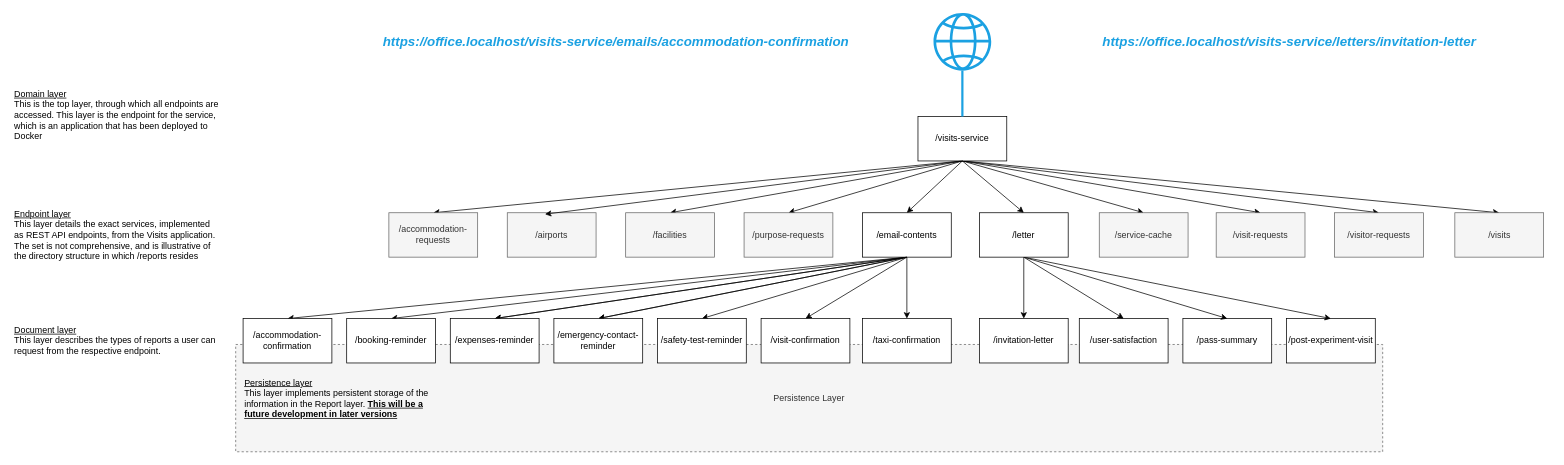
This is Service URL hierarchy.drawio from ambolt314/FinalProjectDesign, a draw.io file, before an edit. Source tidied: cells renumbered, new cells numbered last; positions are measured from the earlier drawing's top-left corner, leaving out a move shared by most shapes. Both pictures are drawn from the tidied source at 74%, with x=0, y=0 at pixel (13, 13).
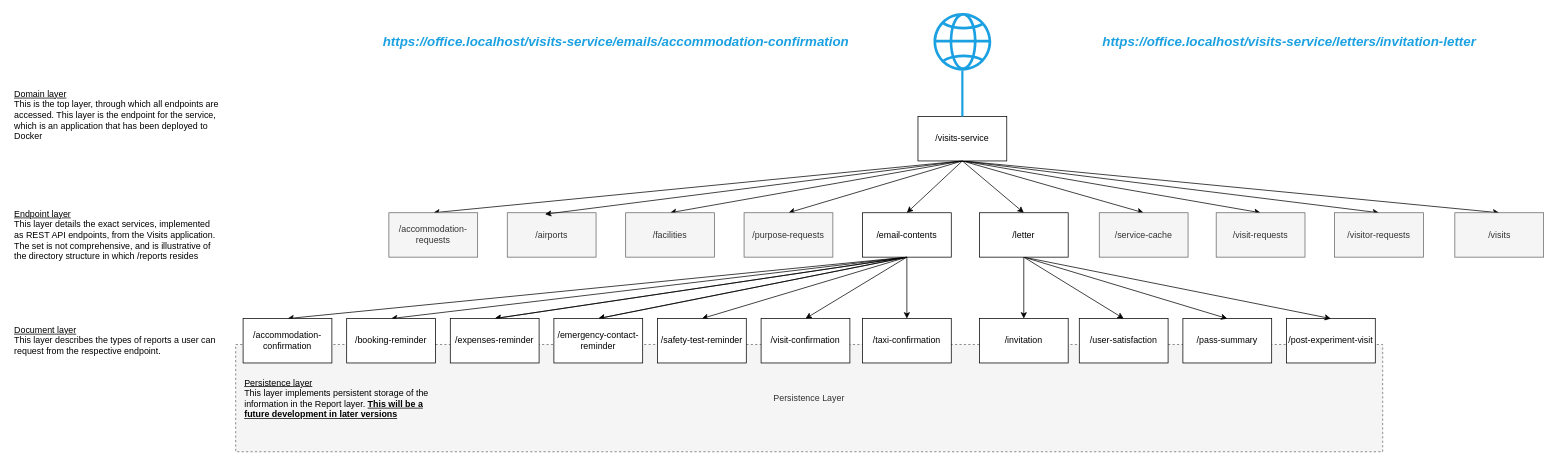
The same diagram, later.

What changed in the source:
```diff
@@
-    <mxCell id="35" value="/invitation-letter" style="rounded=0;whiteSpace=wrap;html=1;" parent="1" vertex="1">
+    <mxCell id="35" value="/invitation" style="rounded=0;whiteSpace=wrap;html=1;" parent="1" vertex="1">
       <mxGeometry x="1306" y="413" width="120" height="60" as="geometry" />
     </mxCell>
```
